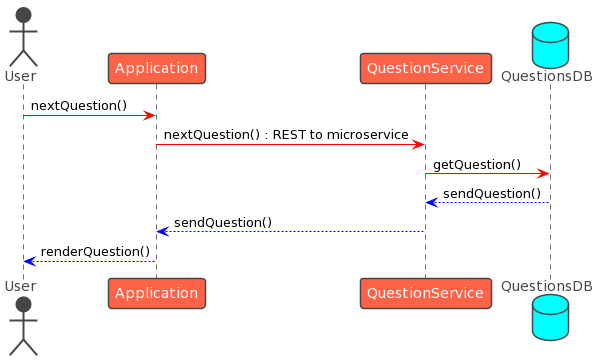
This is images/06-requestQuestion.png from Arquisoft/wiq_es05c, a PlantUML export, as it was before one commit.
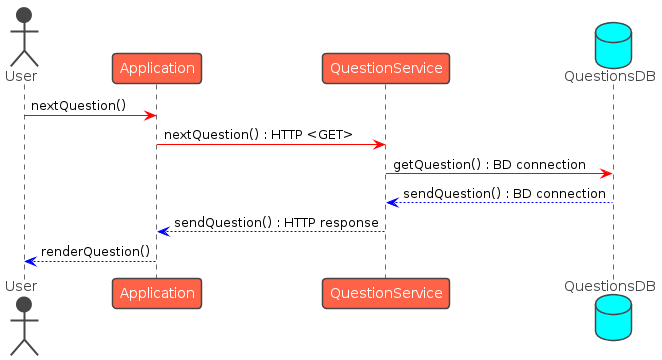
Above is the later version.

What changed in the source:
```diff
@@ -9,10 +9,10 @@
 
 User -[#red]> app : nextQuestion()
 
-app -[#red]> question : nextQuestion() : REST to microservice
-question -[#red]> db : getQuestion()
-db -[#blue]-> question : sendQuestion()
-question -[#blue]-> app : sendQuestion()
+app -[#red]> question : nextQuestion() : HTTP <GET>
+question -[#red]> db : getQuestion() : BD connection
+db -[#blue]-> question : sendQuestion() : BD connection
+question -[#blue]-> app : sendQuestion() : HTTP response
 
 app -[#blue]-> User : renderQuestion()
 @enduml
```
